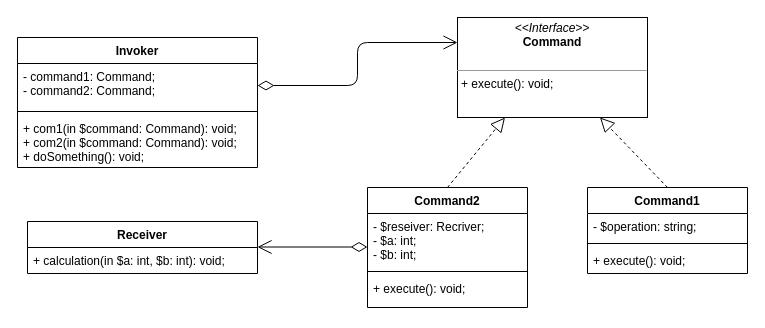
artemmm312/Behavioral-patterns keeps this draw.io diagram as Command.drawio. Above is the earlier version. Source tidied: cells renumbered, new cells numbered last; positions are measured from the earlier drawing's top-left corner, leaving out a move shared by most shapes. Both pictures are drawn from the tidied source at 100%, with x=0, y=0 at pixel (17, 17).
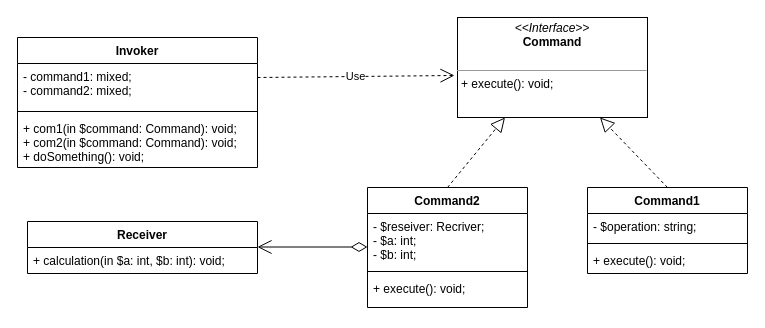
Above is the later version.

Unchanged cells that the change refers to:
```xml
<mxCell id="2" value="&lt;p style=&quot;margin: 0px ; margin-top: 4px ; text-align: center&quot;&gt;&lt;i&gt;&amp;lt;&amp;lt;Interface&amp;gt;&amp;gt;&lt;/i&gt;&lt;br&gt;&lt;b&gt;Command&lt;/b&gt;&lt;/p&gt;&lt;p style=&quot;margin: 0px ; margin-left: 4px&quot;&gt;&lt;br&gt;&lt;/p&gt;&lt;hr size=&quot;1&quot;&gt;&lt;p style=&quot;margin: 0px ; margin-left: 4px&quot;&gt;+ execute(): void;&lt;/p&gt;" style="verticalAlign=top;align=left;overflow=fill;fontSize=12;fontFamily=Helvetica;html=1;" parent="1" vertex="1">
  <mxGeometry x="440" width="190" height="100" as="geometry" />
</mxCell>
<mxCell id="13" value="Invoker" style="swimlane;fontStyle=1;align=center;verticalAlign=top;horizontal=1;startSize=26;" parent="1" vertex="1">
  <mxGeometry y="20" width="240" height="130" as="geometry" />
</mxCell>
```

Diff of the diagram source:
```diff
@@
-    <mxCell id="14" value="- command1: Command;&#10;- command2: Command;" style="text;strokeColor=none;fillColor=none;align=left;verticalAlign=top;spacingLeft=4;spacingRight=4;overflow=hidden;points=[[0,0.5],[1,0.5]];portConstraint=eastwest;" parent="13" vertex="1">
+    <mxCell id="14" value="- command1: mixed;&#10;- command2: mixed;" style="text;strokeColor=none;fillColor=none;align=left;verticalAlign=top;spacingLeft=4;spacingRight=4;overflow=hidden;points=[[0,0.5],[1,0.5]];portConstraint=eastwest;" parent="13" vertex="1">
       <mxGeometry y="26" width="240" height="44" as="geometry" />
     </mxCell>
@@
-    <mxCell id="19" style="endArrow=open;html=1;endSize=12;startArrow=diamondThin;startSize=14;startFill=0;edgeStyle=orthogonalEdgeStyle;align=left;verticalAlign=bottom;exitX=1;exitY=0.5;exitDx=0;exitDy=0;entryX=0;entryY=0.25;entryDx=0;entryDy=0;" parent="1" edge="1" source="14" target="2">
-      <mxGeometry x="-0.5" y="55" relative="1" as="geometry">
-        <mxPoint y="1" as="offset" />
-      </mxGeometry>
-    </mxCell>
@@
+    <mxCell id="21" value="Use" style="endArrow=open;endSize=12;dashed=1;html=1;entryX=-0.016;entryY=0.58;entryDx=0;entryDy=0;entryPerimeter=0;" parent="1" edge="1" target="2">
+      <mxGeometry relative="1" as="geometry">
+        <mxPoint x="240" y="60" as="sourcePoint" />
+      </mxGeometry>
+    </mxCell>
```
